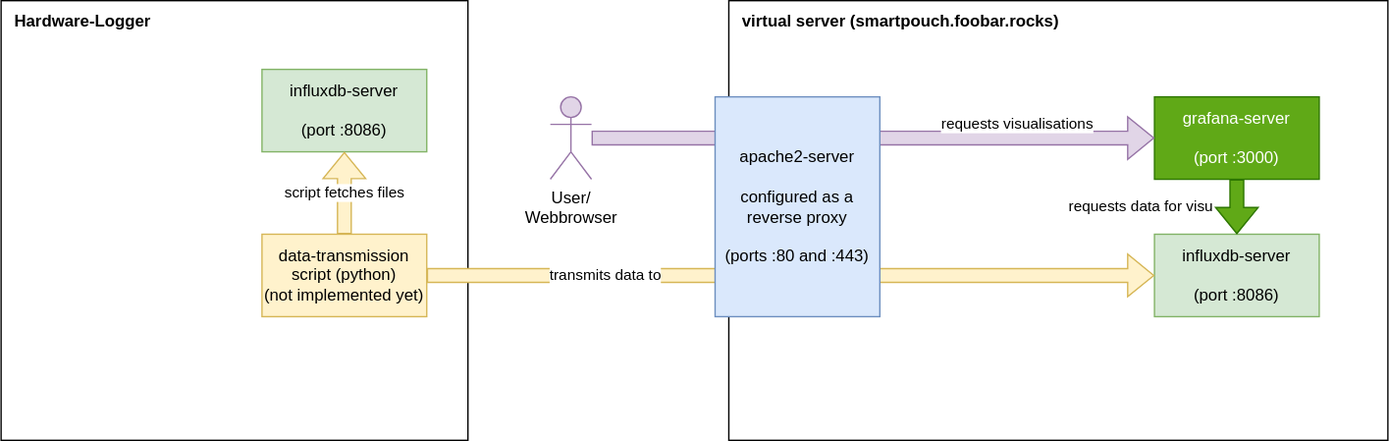
movement-recognition/pouch-ucboard keeps this draw.io diagram as docs/data-flow-macroscopic-www.svg. Above is the earlier version. Source tidied: cells renumbered, new cells last; positions are measured from the earlier drawing's top-left corner, leaving out a move shared by most shapes. Its diagram source:
```xml
<mxGraphModel>
  <root>
    <mxCell id="0" />
    <mxCell id="1" parent="0" />
    <mxCell id="2" style="group;" parent="1" vertex="1">
      <mxGeometry width="340" height="320" as="geometry" />
    </mxCell>
    <mxCell id="3" style="rounded=0;whiteSpace=wrap;html=1;" parent="2" vertex="1">
      <mxGeometry width="340" height="320" as="geometry" />
    </mxCell>
    <mxCell id="4" value="Hardware-Logger" style="text;html=1;strokeColor=none;fillColor=none;align=left;verticalAlign=middle;whiteSpace=wrap;rounded=0;fontStyle=1;" parent="2" vertex="1">
      <mxGeometry x="8" width="248" height="30" as="geometry" />
    </mxCell>
    <mxCell id="5" style="group;" parent="1" vertex="1">
      <mxGeometry x="530" width="480" height="320" as="geometry" />
    </mxCell>
    <mxCell id="6" style="rounded=0;whiteSpace=wrap;html=1;" parent="5" vertex="1">
      <mxGeometry width="480" height="320" as="geometry" />
    </mxCell>
    <mxCell id="7" value="virtual server (smartpouch.foobar.rocks)" style="text;html=1;strokeColor=none;fillColor=none;align=left;verticalAlign=middle;whiteSpace=wrap;rounded=0;fontStyle=1;" parent="5" vertex="1">
      <mxGeometry x="8" width="370" height="30" as="geometry" />
    </mxCell>
    <mxCell id="8" value="grafana-server&lt;br&gt;&lt;br&gt;(port :3000)" style="rounded=0;whiteSpace=wrap;html=1;fillColor=#60a917;strokeColor=#2D7600;fontColor=#ffffff;" parent="1" vertex="1">
      <mxGeometry x="840" y="70" width="120" height="60" as="geometry" />
    </mxCell>
    <mxCell id="9" value="influxdb-server&lt;br&gt;&lt;br&gt;(port :8086)" style="rounded=0;whiteSpace=wrap;html=1;fillColor=#d5e8d4;strokeColor=#82b366;" parent="1" vertex="1">
      <mxGeometry x="840" y="170" width="120" height="60" as="geometry" />
    </mxCell>
    <mxCell id="10" value="transmits data to" style="shape=flexArrow;endArrow=classic;html=1;rounded=0;exitX=1;exitY=0.5;exitDx=0;exitDy=0;entryX=0;entryY=0.5;entryDx=0;entryDy=0;fillColor=#fff2cc;strokeColor=#d6b656;" parent="1" edge="1" source="15" target="9">
      <mxGeometry x="-0.51" relative="1" as="geometry" />
    </mxCell>
    <mxCell id="11" value="User/ &lt;br&gt;Webbrowser" style="shape=umlActor;verticalLabelPosition=bottom;verticalAlign=top;html=1;outlineConnect=0;fillColor=#e1d5e7;strokeColor=#9673a6;" parent="1" vertex="1">
      <mxGeometry x="400" y="70" width="30" height="60" as="geometry" />
    </mxCell>
    <mxCell id="12" value="requests visualisations" style="shape=flexArrow;endArrow=classic;html=1;rounded=0;entryX=0;entryY=0.5;entryDx=0;entryDy=0;fillColor=#e1d5e7;strokeColor=#9673a6;" parent="1" edge="1" source="11" target="8">
      <mxGeometry x="0.51" y="10" relative="1" as="geometry" />
    </mxCell>
    <mxCell id="13" value="apache2-server&lt;br&gt;&lt;br&gt;configured as a&lt;br&gt;reverse proxy&lt;br&gt;&lt;br&gt;(ports :80 and :443)" style="rounded=0;whiteSpace=wrap;html=1;fillColor=#dae8fc;strokeColor=#6c8ebf;" parent="1" vertex="1">
      <mxGeometry x="520" y="70" width="120" height="160" as="geometry" />
    </mxCell>
    <mxCell id="14" value="requests data for visu" style="shape=flexArrow;endArrow=classic;html=1;rounded=0;exitX=0.5;exitY=1;exitDx=0;exitDy=0;fillColor=#60a917;strokeColor=#2D7600;" parent="1" edge="1" source="8" target="9">
      <mxGeometry y="-70" relative="1" as="geometry" />
    </mxCell>
    <mxCell id="15" value="data-transmission script (python)&lt;br&gt;(not implemented yet)" style="rounded=0;whiteSpace=wrap;html=1;fillColor=#fff2cc;strokeColor=#d6b656;" parent="1" vertex="1">
      <mxGeometry x="190" y="170" width="120" height="60" as="geometry" />
    </mxCell>
    <mxCell id="16" value="influxdb-server&lt;br&gt;&lt;br&gt;(port :8086)" style="rounded=0;whiteSpace=wrap;html=1;fillColor=#d5e8d4;strokeColor=#82b366;" parent="1" vertex="1">
      <mxGeometry x="190" y="50" width="120" height="60" as="geometry" />
    </mxCell>
    <mxCell id="17" value="script fetches files" style="shape=flexArrow;endArrow=classic;html=1;rounded=0;exitX=0.5;exitY=0;exitDx=0;exitDy=0;fillColor=#fff2cc;strokeColor=#d6b656;" parent="1" edge="1" source="15">
      <mxGeometry relative="1" as="geometry">
        <mxPoint x="250" y="110" as="targetPoint" />
      </mxGeometry>
    </mxCell>
  </root>
</mxGraphModel>
```
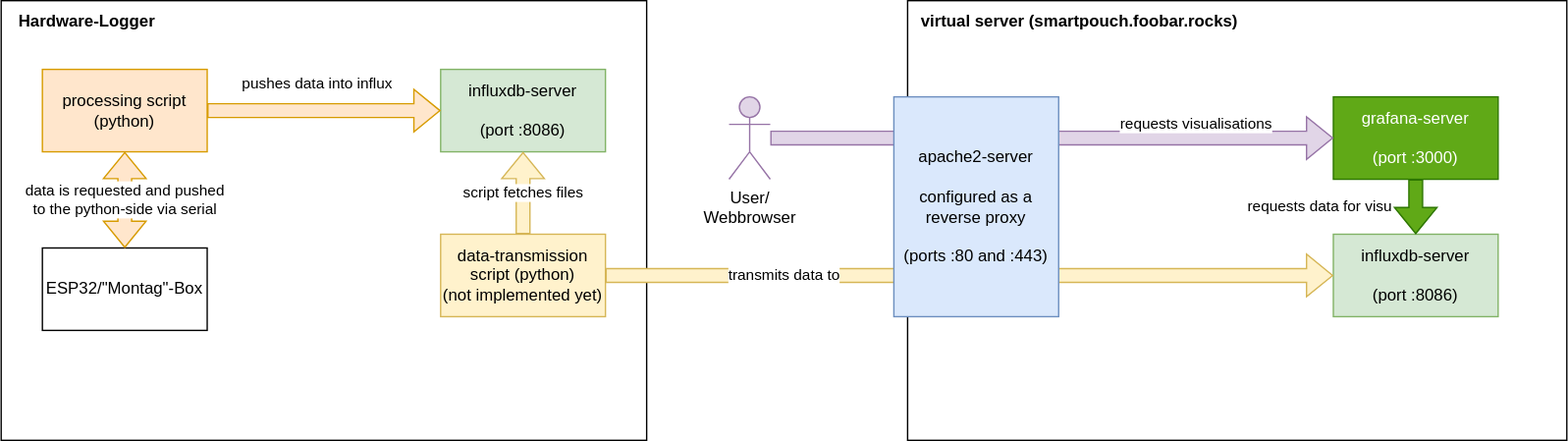
The same file after the commit.

Commit message:
updated details in data-flow diagram

What changed in the source:
```diff
@@ -3,14 +3,23 @@
     <mxCell id="0" />
     <mxCell id="1" parent="0" />
     <mxCell id="2" style="group;" parent="1" vertex="1">
-      <mxGeometry width="340" height="320" as="geometry" />
+      <mxGeometry x="-130" width="470" height="320" as="geometry" />
     </mxCell>
     <mxCell id="3" style="rounded=0;whiteSpace=wrap;html=1;" parent="2" vertex="1">
-      <mxGeometry width="340" height="320" as="geometry" />
+      <mxGeometry width="470" height="320" as="geometry" />
     </mxCell>
     <mxCell id="4" value="Hardware-Logger" style="text;html=1;strokeColor=none;fillColor=none;align=left;verticalAlign=middle;whiteSpace=wrap;rounded=0;fontStyle=1;" parent="2" vertex="1">
-      <mxGeometry x="8" width="248" height="30" as="geometry" />
+      <mxGeometry x="11.1" width="342.8" height="30" as="geometry" />
     </mxCell>
+    <mxCell id="18" value="processing script&lt;br&gt;(python)&lt;br&gt;" style="rounded=0;whiteSpace=wrap;html=1;fillColor=#ffe6cc;strokeColor=#d79b00;" parent="2" vertex="1">
+      <mxGeometry x="30" y="50" width="120" height="60" as="geometry" />
+    </mxCell>
+    <mxCell id="19" value="ESP32/&quot;Montag&quot;-Box" style="rounded=0;whiteSpace=wrap;html=1;" parent="2" vertex="1">
+      <mxGeometry x="30" y="180" width="120" height="60" as="geometry" />
+    </mxCell>
+    <mxCell id="20" value="data is requested and pushed&lt;br&gt;to the python-side via serial" style="shape=flexArrow;endArrow=classic;startArrow=classic;html=1;rounded=0;exitX=0.5;exitY=0;exitDx=0;exitDy=0;entryX=0.5;entryY=1;entryDx=0;entryDy=0;fillColor=#ffe6cc;strokeColor=#d79b00;" parent="2" edge="1" source="19" target="18">
+      <mxGeometry relative="1" as="geometry" />
+    </mxCell>
     <mxCell id="5" style="group;" parent="1" vertex="1">
       <mxGeometry x="530" width="480" height="320" as="geometry" />
     </mxCell>
@@ -52,5 +61,8 @@
         <mxPoint x="250" y="110" as="targetPoint" />
       </mxGeometry>
     </mxCell>
+    <mxCell id="21" value="pushes data into influx" style="shape=flexArrow;endArrow=classic;html=1;rounded=0;entryX=0;entryY=0.5;entryDx=0;entryDy=0;exitX=1;exitY=0.5;exitDx=0;exitDy=0;fillColor=#ffe6cc;strokeColor=#d79b00;" parent="1" edge="1" source="18" target="16">
+      <mxGeometry x="-0.06" y="20" relative="1" as="geometry" />
+    </mxCell>
   </root>
 </mxGraphModel>
```
